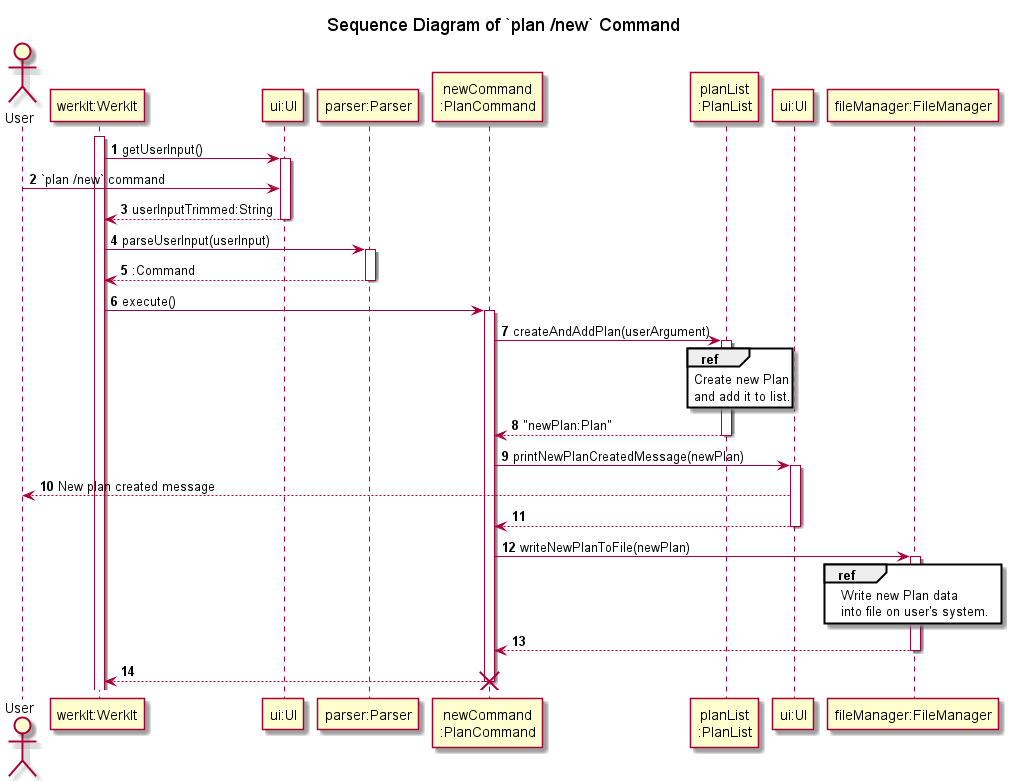
Before: docs/uml/sequenceDiagrams/plans/images/createPlan-Part1.png, a diagram exported from PlantUML (nus-cs2113-AY2122S2/tp). The source it was exported from:
```plantuml
@startuml
!include ../Style.puml

autonumber

title Sequence Diagram of `plan /new` Command

actor   User
participant "werkIt:WerkIt" AS WerkIt
participant "ui:UI" AS UI1
participant "parser:Parser" AS Parser
participant "newCommand\n:PlanCommand" AS newCommand
participant "planList\n:PlanList" AS PlanList
participant "ui:UI" AS UI2
participant "fileManager:FileManager" as FileManager

activate WerkIt
WerkIt -> UI1 : getUserInput()
activate UI1
User -> UI1 : `plan /new` command
WerkIt <-- UI1 : userInputTrimmed:String
deactivate UI1

WerkIt -> Parser : parseUserInput(userInput)
activate Parser
WerkIt <-- Parser : :Command
deactivate Parser

WerkIt -> newCommand : execute()
activate newCommand
newCommand -> PlanList : createAndAddPlan(userArgument)
activate PlanList
ref over PlanList
Create new Plan
and add it to list.
end
newCommand <-- PlanList : "newPlan:Plan"
deactivate PlanList

newCommand -> UI2 : printNewPlanCreatedMessage(newPlan)
activate UI2
User <-- UI2 : New plan created message
newCommand <-- UI2
deactivate UI2

newCommand -> FileManager : writeNewPlanToFile(newPlan)
activate FileManager
ref over FileManager
Write new Plan data
into file on user's system.
end
newCommand <-- FileManager
deactivate FileManager

WerkIt <-- newCommand
deactivate newCommand

destroy newCommand
@enduml
```
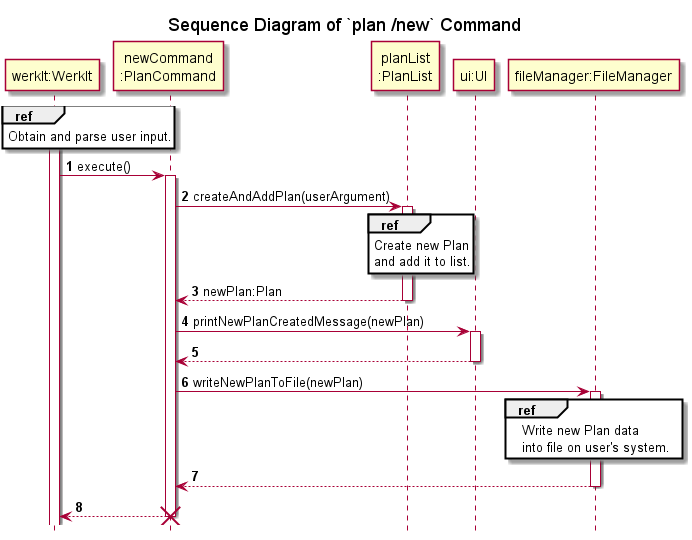
After the change.

Diff of the diagram source:
```diff
@@ -1,30 +1,21 @@
 @startuml
-!include ../Style.puml
+!include ../../Style.puml
 
 autonumber
 
 title Sequence Diagram of `plan /new` Command
+hide footbox
 
-actor   User
 participant "werkIt:WerkIt" AS WerkIt
-participant "ui:UI" AS UI1
-participant "parser:Parser" AS Parser
 participant "newCommand\n:PlanCommand" AS newCommand
 participant "planList\n:PlanList" AS PlanList
 participant "ui:UI" AS UI2
 participant "fileManager:FileManager" as FileManager
 
 activate WerkIt
-WerkIt -> UI1 : getUserInput()
-activate UI1
-User -> UI1 : `plan /new` command
-WerkIt <-- UI1 : userInputTrimmed:String
-deactivate UI1
-
-WerkIt -> Parser : parseUserInput(userInput)
-activate Parser
-WerkIt <-- Parser : :Command
-deactivate Parser
+ref over WerkIt
+Obtain and parse user input.
+end
 
 WerkIt -> newCommand : execute()
 activate newCommand
@@ -34,12 +25,11 @@
 Create new Plan
 and add it to list.
 end
-newCommand <-- PlanList : "newPlan:Plan"
+newCommand <-- PlanList : newPlan:Plan
 deactivate PlanList
 
 newCommand -> UI2 : printNewPlanCreatedMessage(newPlan)
 activate UI2
-User <-- UI2 : New plan created message
 newCommand <-- UI2
 deactivate UI2
 
```
